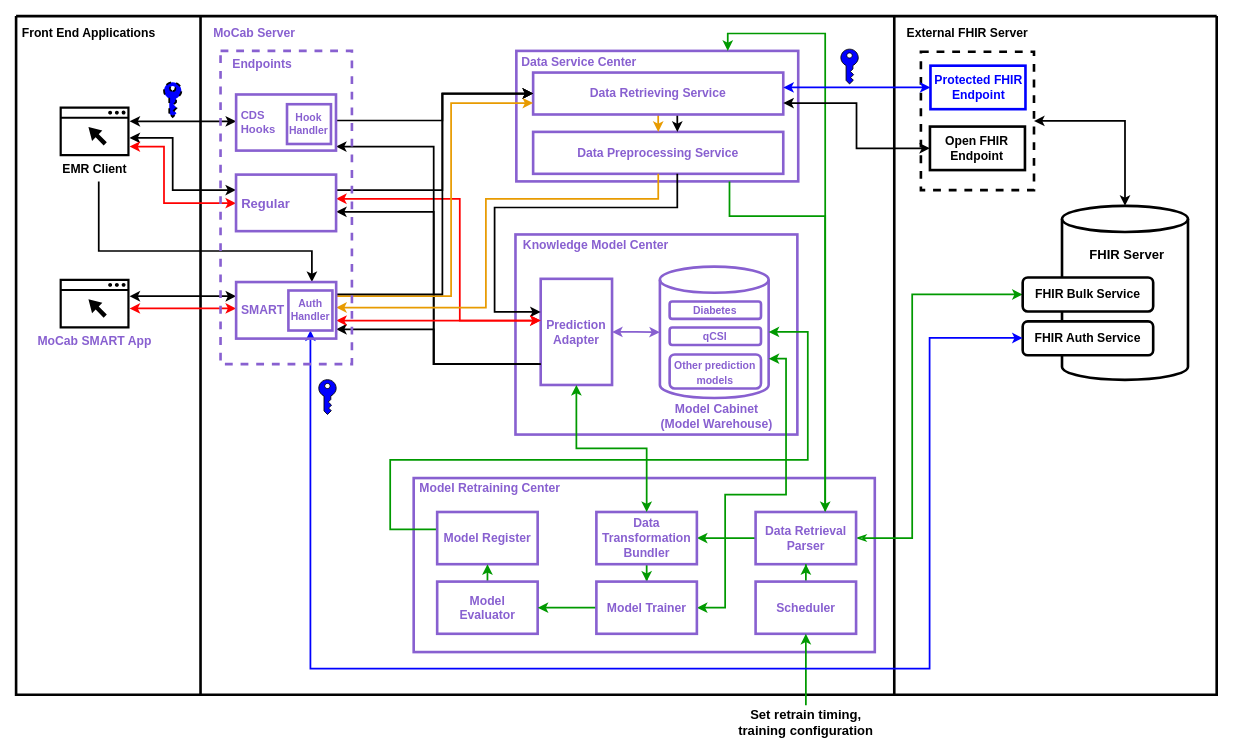
DHLab-TSENG/MoCab keeps this draw.io diagram as Document/Mocab Architecture.drawio. Above is the earlier version. Source tidied: cells renumbered, new cells numbered last; positions are measured from the earlier drawing's top-left corner, leaving out a move shared by most shapes. Both pictures are drawn from the tidied source at 87%, with x=0, y=0 at pixel (16, 16).
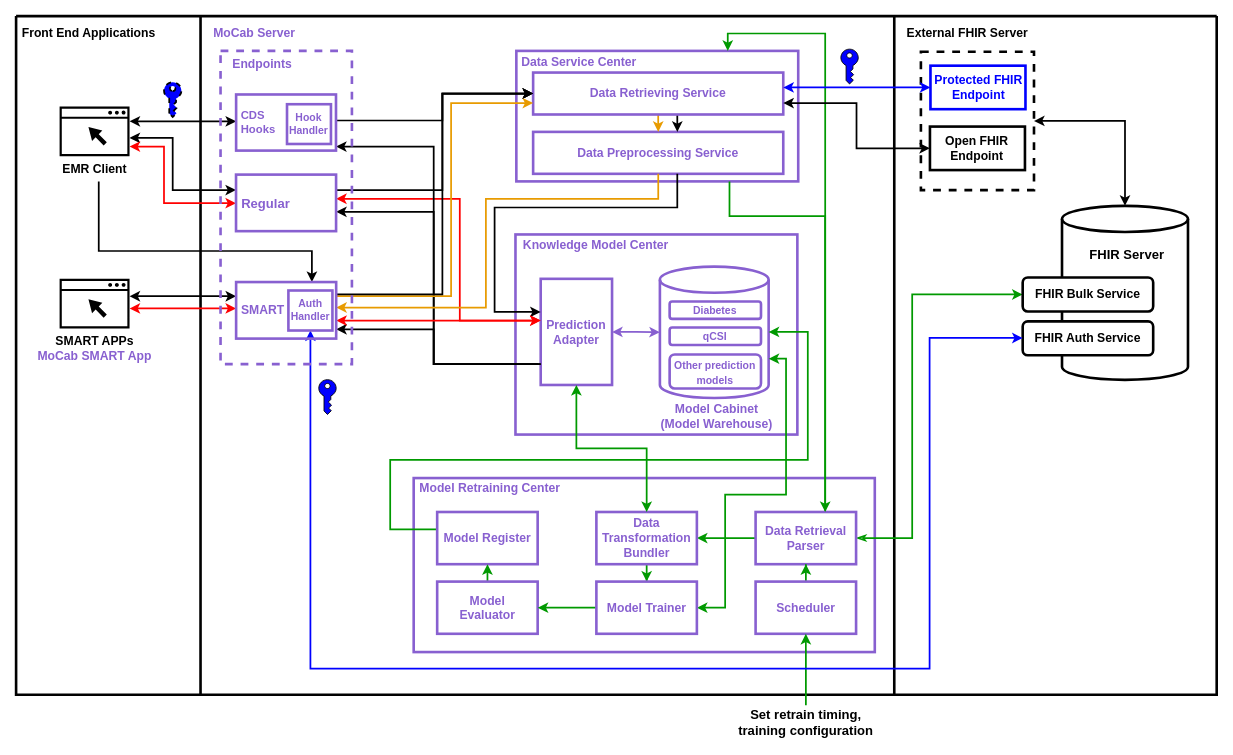
Above is the later version.

Unchanged cells that the change refers to:
```xml
<mxCell id="2" value="z" style="swimlane;shadow=0;strokeColor=#000000;fillColor=#ffffff;fontColor=none;align=right;startSize=0;noLabel=1;strokeWidth=3;" parent="1" vertex="1">
  <mxGeometry width="1380" height="780" as="geometry" />
</mxCell>
```

The edit, as a diff of the source:
```diff
@@
-    <mxCell id="9" value="&lt;font style=&quot;font-size: 14px;&quot;&gt;&lt;b style=&quot;&quot;&gt;&lt;font color=&quot;#8860d0&quot;&gt;MoCab SMART App&lt;/font&gt;&lt;br&gt;&lt;/b&gt;&lt;/font&gt;" style="sketch=0;shadow=0;dashed=0;html=1;strokeColor=none;fillColor=#000000;labelPosition=center;verticalLabelPosition=bottom;verticalAlign=top;align=center;shape=mxgraph.vvd.web_browser;" parent="2" vertex="1">
+    <mxCell id="9" value="&lt;font style=&quot;font-size: 14px;&quot;&gt;&lt;b style=&quot;&quot;&gt;SMART APPs&lt;br&gt;&lt;font color=&quot;#8860d0&quot;&gt;MoCab SMART App&lt;/font&gt;&lt;br&gt;&lt;/b&gt;&lt;/font&gt;" style="sketch=0;shadow=0;dashed=0;html=1;strokeColor=none;fillColor=#000000;labelPosition=center;verticalLabelPosition=bottom;verticalAlign=top;align=center;shape=mxgraph.vvd.web_browser;" parent="2" vertex="1">
       <mxGeometry x="50" y="301.9" width="80.4" height="57.1" as="geometry" />
     </mxCell>
```
